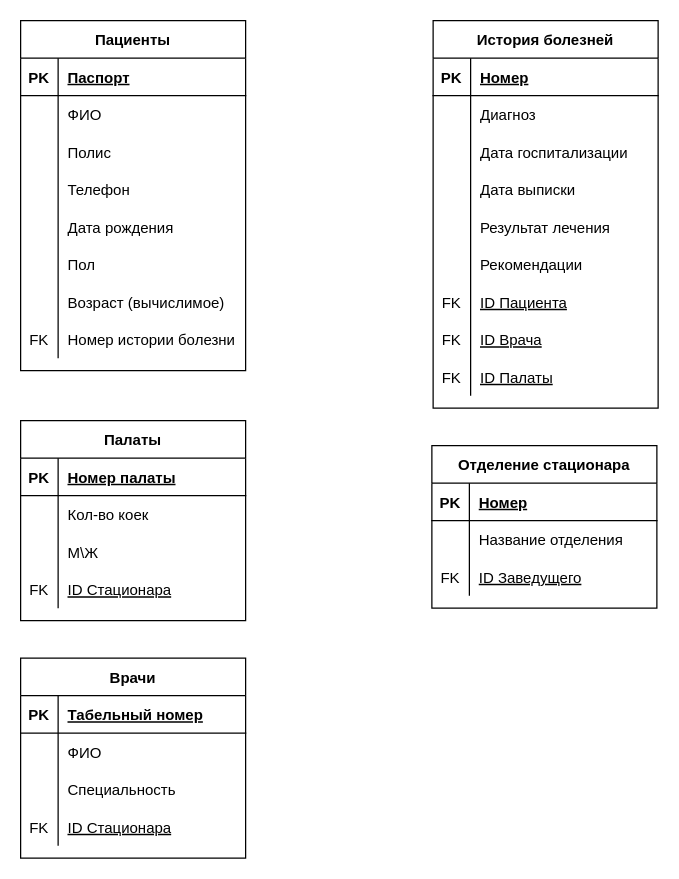
Earlier version of the draw.io diagram Реляционная модель.drawio (den-a-s/drawio-diagrams). Source tidied: cells renumbered, new cells numbered last; positions are measured from the earlier drawing's top-left corner, leaving out a move shared by most shapes. Both pictures are drawn from the tidied source at 125%, with x=0, y=0 at pixel (20, 20).
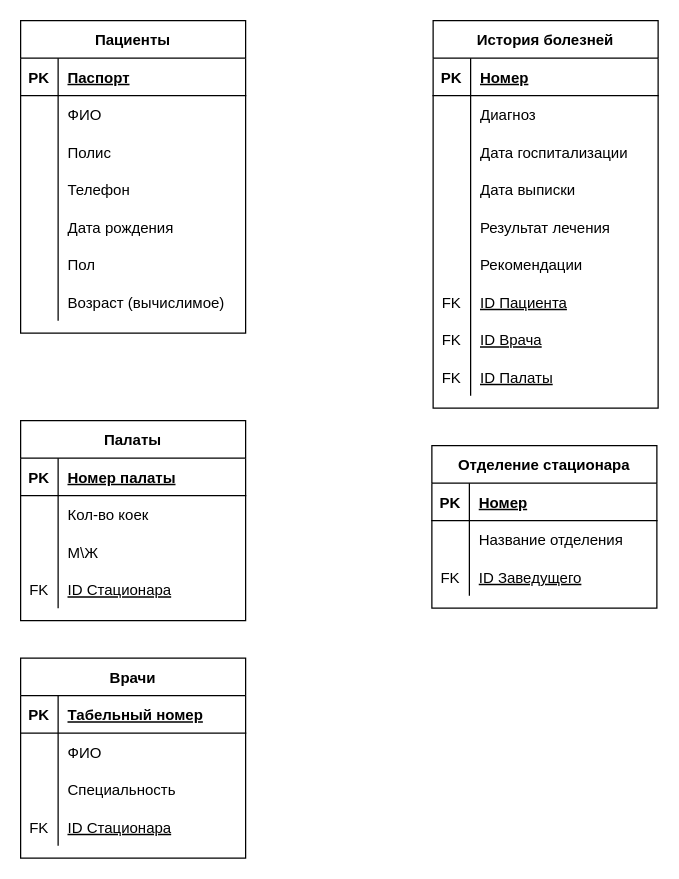
The same page after the edit.

Commit message:
Правка таблицы Пациенты, удаление внешнего ключа.

Change to the diagram source:
```diff
@@
     <mxCell id="2" value="Пациенты" style="shape=table;startSize=30;childLayout=tableLayout;rowLines=0;fontStyle=1;align=center;" parent="1" vertex="1">
-      <mxGeometry width="180" height="280" as="geometry" />
+      <mxGeometry width="180" height="250" as="geometry" />
     </mxCell>
@@
-    <mxCell id="24" style="shape=tableRow;horizontal=0;startSize=0;swimlaneHead=0;swimlaneBody=0;fillColor=none;top=0;left=0;right=0;bottom=0;" parent="2" vertex="1">
-      <mxGeometry y="240" width="180" height="30" as="geometry" />
-    </mxCell>
-    <mxCell id="25" value="FK" style="shape=partialRectangle;fillColor=none;top=0;left=0;bottom=0;right=0;fontStyle=0;overflow=hidden;" parent="24" vertex="1">
-      <mxGeometry width="30" height="30" as="geometry" />
-    </mxCell>
-    <mxCell id="26" value="Номер истории болезни" style="shape=partialRectangle;fillColor=none;top=0;left=0;bottom=0;right=0;align=left;spacingLeft=6;fontStyle=0;overflow=hidden;" parent="24" vertex="1">
-      <mxGeometry x="30" width="150" height="30" as="geometry" />
-    </mxCell>
```
